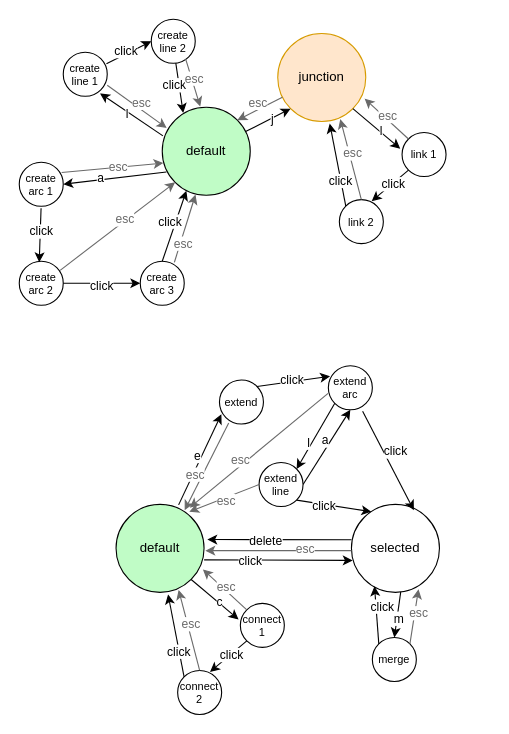
Before: state_diagrams.drawio in sunminni/libOpenDRIVE-Mapmaker, a draw.io diagram. Source tidied: cells renumbered, new cells numbered last; positions are measured from the earlier drawing's top-left corner, leaving out a move shared by most shapes. Both pictures are drawn from the tidied source at 110%, with x=0, y=0 at pixel (19, 19).
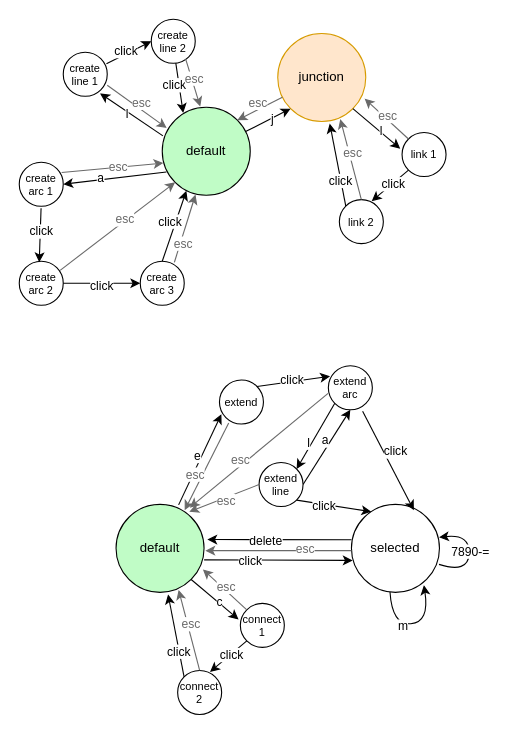
The same page after the edit.

Commit message (it also covers changes not shown here):
visualize lines with different colors

Unchanged cells that the change refers to:
```xml
<mxCell id="33" value="selected" style="ellipse;whiteSpace=wrap;html=1;" parent="1" vertex="1">
  <mxGeometry x="302" y="441" width="80" height="80" as="geometry" />
</mxCell>
```

What changed in the source:
```diff
@@
-    <mxCell id="90" style="endArrow=classic;html=1;rounded=0;entryX=0.5;entryY=0;entryDx=0;entryDy=0;exitX=0.56;exitY=0.995;exitDx=0;exitDy=0;exitPerimeter=0;" parent="1" edge="1" source="33" target="92">
-      <mxGeometry relative="1" as="geometry" />
-    </mxCell>
+    <mxCell id="97" style="curved=1;endArrow=classic;html=1;rounded=0;exitX=0.438;exitY=0.996;exitDx=0;exitDy=0;exitPerimeter=0;entryX=0.823;entryY=0.918;entryDx=0;entryDy=0;entryPerimeter=0;" parent="1" edge="1" source="33" target="33">
+      <mxGeometry relative="1" as="geometry">
+        <Array as="points">
+          <mxPoint x="339" y="551" />
+          <mxPoint x="373" y="548" />
+        </Array>
+      </mxGeometry>
+    </mxCell>
-    <mxCell id="91" value="m" style="edgeLabel;html=1;align=center;verticalAlign=middle;labelBorderColor=none;spacingRight=0;" parent="90" vertex="1">
-      <mxGeometry x="0.15" relative="1" as="geometry">
-        <mxPoint x="1" as="offset" />
-      </mxGeometry>
+    <mxCell id="91" value="m" style="edgeLabel;html=1;align=center;verticalAlign=middle;" parent="97" vertex="1">
+      <mxGeometry x="-0.18" y="-1" relative="1" as="geometry" />
     </mxCell>
-    <mxCell id="92" value="merge" style="ellipse;whiteSpace=wrap;html=1;fontSize=10;" parent="1" vertex="1">
-      <mxGeometry x="321" y="562" width="40" height="40" as="geometry" />
-    </mxCell>
-    <mxCell id="93" style="endArrow=classic;html=1;rounded=0;exitX=0;exitY=0;exitDx=0;exitDy=0;entryX=0.262;entryY=0.93;entryDx=0;entryDy=0;entryPerimeter=0;" parent="1" edge="1" source="92" target="33">
-      <mxGeometry relative="1" as="geometry" />
-    </mxCell>
-    <mxCell id="94" value="click" style="edgeLabel;html=1;align=center;verticalAlign=middle;" parent="93" vertex="1">
-      <mxGeometry x="0.15" relative="1" as="geometry">
-        <mxPoint x="5" y="-4" as="offset" />
-      </mxGeometry>
-    </mxCell>
-    <mxCell id="95" style="endArrow=classic;html=1;rounded=0;exitX=1;exitY=0;exitDx=0;exitDy=0;entryX=0.762;entryY=0.965;entryDx=0;entryDy=0;entryPerimeter=0;strokeColor=#696969;" parent="1" edge="1" source="92" target="33">
-      <mxGeometry relative="1" as="geometry" />
-    </mxCell>
-    <mxCell id="96" value="esc" style="edgeLabel;html=1;align=center;verticalAlign=middle;fontColor=#696969;" parent="95" vertex="1">
-      <mxGeometry x="0.15" relative="1" as="geometry">
-        <mxPoint x="3" as="offset" />
-      </mxGeometry>
-    </mxCell>
+    <mxCell id="98" style="curved=1;endArrow=classic;html=1;rounded=0;entryX=0.995;entryY=0.375;entryDx=0;entryDy=0;entryPerimeter=0;exitX=0.995;exitY=0.682;exitDx=0;exitDy=0;exitPerimeter=0;" parent="1" edge="1" source="33" target="33">
+      <mxGeometry relative="1" as="geometry">
+        <Array as="points">
+          <mxPoint x="408" y="504" />
+          <mxPoint x="410" y="468" />
+        </Array>
+      </mxGeometry>
+    </mxCell>
+    <mxCell id="99" value="7890-=" style="edgeLabel;html=1;align=center;verticalAlign=middle;" parent="98" vertex="1">
+      <mxGeometry x="-0.18" y="-1" relative="1" as="geometry">
+        <mxPoint y="-10" as="offset" />
+      </mxGeometry>
+    </mxCell>
```
